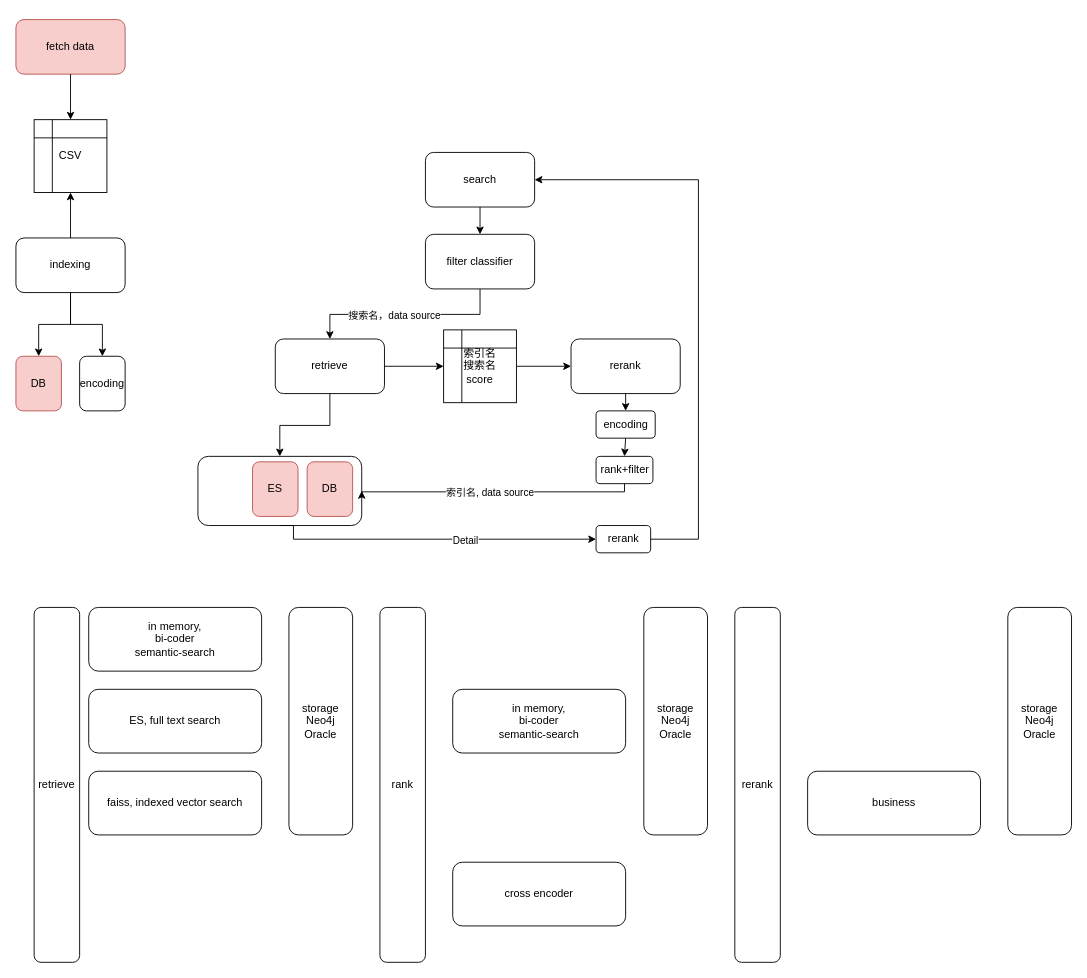
Before: page "Page-1" (1 of 5) of 对码架构.drawio in XiaoLiuAI/diagrams, a draw.io diagram. Source tidied: cells renumbered, new cells numbered last; positions are measured from the earlier drawing's top-left corner, leaving out a move shared by most shapes. Both pictures are drawn from the tidied source at 91%, with x=0, y=0 at pixel (15, 19).
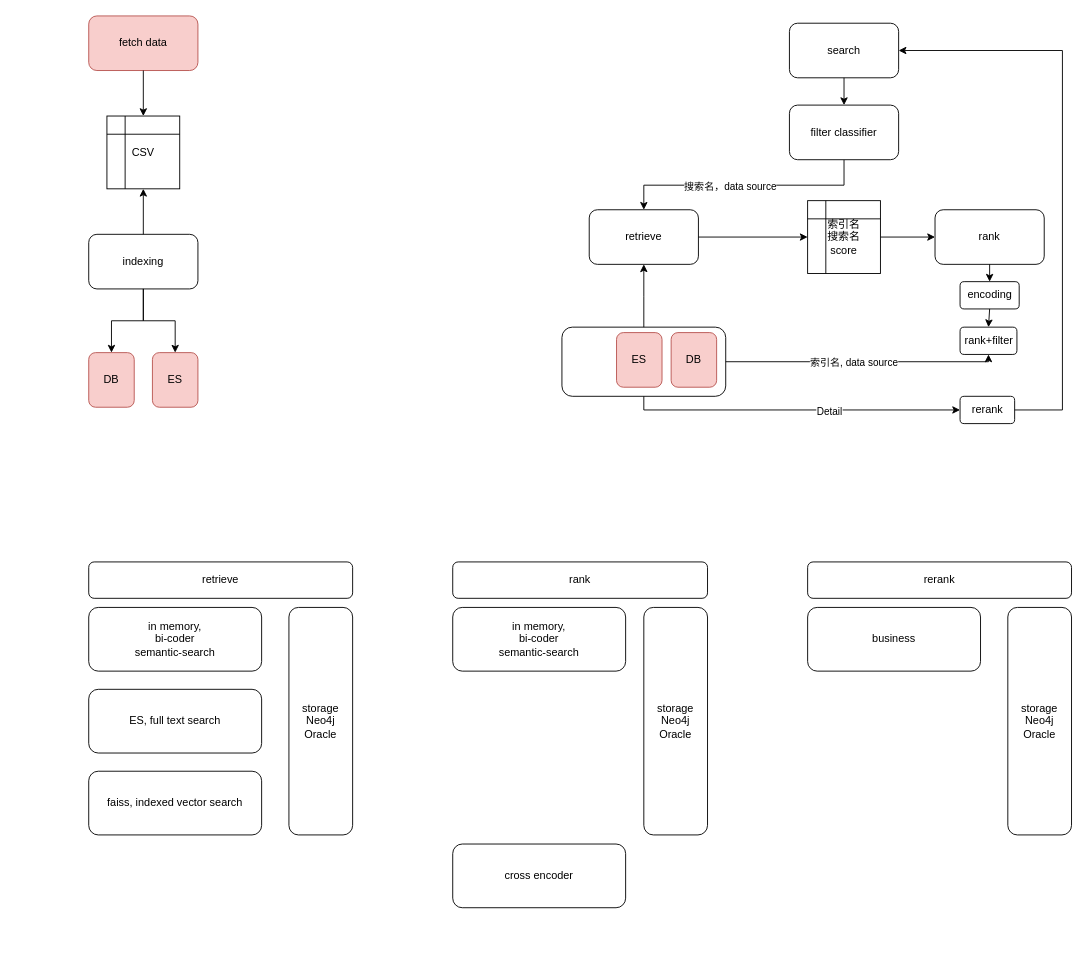
After the change.

What changed in the source:
```diff
@@
     <mxCell id="2" style="rounded=1;whiteSpace=wrap;html=1;" parent="1" vertex="1">
-      <mxGeometry x="200" y="480" width="180" height="76" as="geometry" />
+      <mxGeometry x="600" y="338" width="180" height="76" as="geometry" />
     </mxCell>
     <mxCell id="3" value="fetch data" style="rounded=1;whiteSpace=wrap;html=1;fillColor=#f8cecc;strokeColor=#b85450;" parent="1" vertex="1">
-      <mxGeometry width="120" height="60" as="geometry" />
+      <mxGeometry x="80" y="-4" width="120" height="60" as="geometry" />
     </mxCell>
@@
     <mxCell id="5" value="CSV" style="shape=internalStorage;whiteSpace=wrap;html=1;backgroundOutline=1;" parent="1" vertex="1">
-      <mxGeometry x="20" y="110" width="80" height="80" as="geometry" />
+      <mxGeometry x="100" y="106" width="80" height="80" as="geometry" />
     </mxCell>
     <mxCell id="6" value="indexing" style="rounded=1;whiteSpace=wrap;html=1;" parent="1" vertex="1">
-      <mxGeometry y="240" width="120" height="60" as="geometry" />
+      <mxGeometry x="80" y="236" width="120" height="60" as="geometry" />
     </mxCell>
@@
     <mxCell id="8" value="search" style="rounded=1;whiteSpace=wrap;html=1;" parent="1" vertex="1">
-      <mxGeometry x="450" y="146" width="120" height="60" as="geometry" />
+      <mxGeometry x="850" y="4" width="120" height="60" as="geometry" />
     </mxCell>
     <mxCell id="9" value="DB" style="rounded=1;whiteSpace=wrap;html=1;fillColor=#f8cecc;strokeColor=#b85450;" parent="1" vertex="1">
-      <mxGeometry y="370" width="50" height="60" as="geometry" />
+      <mxGeometry x="80" y="366" width="50" height="60" as="geometry" />
     </mxCell>
-    <mxCell id="10" value="encoding" style="rounded=1;whiteSpace=wrap;html=1;" parent="1" vertex="1">
-      <mxGeometry x="70" y="370" width="50" height="60" as="geometry" />
+    <mxCell id="10" value="ES" style="rounded=1;whiteSpace=wrap;html=1;fillColor=#f8cecc;strokeColor=#b85450;" parent="1" vertex="1">
+      <mxGeometry x="150" y="366" width="50" height="60" as="geometry" />
     </mxCell>
@@
     <mxCell id="13" value="DB" style="rounded=1;whiteSpace=wrap;html=1;fillColor=#f8cecc;strokeColor=#b85450;" parent="1" vertex="1">
-      <mxGeometry x="320" y="486" width="50" height="60" as="geometry" />
+      <mxGeometry x="720" y="344" width="50" height="60" as="geometry" />
     </mxCell>
     <mxCell id="14" value="encoding" style="rounded=1;whiteSpace=wrap;html=1;" parent="1" vertex="1">
-      <mxGeometry x="637.5" y="430" width="65" height="30" as="geometry" />
+      <mxGeometry x="1037.5" y="288" width="65" height="30" as="geometry" />
     </mxCell>
-    <mxCell id="15" style="edgeStyle=elbowEdgeStyle;elbow=vertical;endArrow=classic;html=1;rounded=0;exitX=0.5;exitY=1;exitDx=0;exitDy=0;entryX=0.5;entryY=0;entryDx=0;entryDy=0;" parent="1" edge="1" source="16" target="2">
+    <mxCell id="15" style="edgeStyle=elbowEdgeStyle;elbow=vertical;endArrow=none;html=1;rounded=0;exitX=0.5;exitY=1;exitDx=0;exitDy=0;entryX=0.5;entryY=0;entryDx=0;entryDy=0;endFill=0;startArrow=classic;startFill=1;" parent="1" edge="1" source="16" target="2">
       <mxGeometry relative="1" as="geometry" />
     </mxCell>
     <mxCell id="16" value="retrieve" style="rounded=1;whiteSpace=wrap;html=1;" parent="1" vertex="1">
-      <mxGeometry x="285" y="351" width="120" height="60" as="geometry" />
+      <mxGeometry x="630" y="209" width="120" height="60" as="geometry" />
     </mxCell>
-    <mxCell id="17" value="rerank" style="rounded=1;whiteSpace=wrap;html=1;" parent="1" vertex="1">
-      <mxGeometry x="610" y="351" width="120" height="60" as="geometry" />
+    <mxCell id="17" value="rank" style="rounded=1;whiteSpace=wrap;html=1;" parent="1" vertex="1">
+      <mxGeometry x="1010" y="209" width="120" height="60" as="geometry" />
     </mxCell>
@@
     <mxCell id="21" value="索引名&lt;br&gt;搜索名&lt;br&gt;score" style="shape=internalStorage;whiteSpace=wrap;html=1;backgroundOutline=1;" parent="1" vertex="1">
-      <mxGeometry x="470" y="341" width="80" height="80" as="geometry" />
+      <mxGeometry x="870" y="199" width="80" height="80" as="geometry" />
     </mxCell>
@@
     <mxCell id="23" value="rank+filter" style="rounded=1;whiteSpace=wrap;html=1;" parent="1" vertex="1">
-      <mxGeometry x="637.5" y="480" width="62.5" height="30" as="geometry" />
+      <mxGeometry x="1037.5" y="338" width="62.5" height="30" as="geometry" />
     </mxCell>
@@
     <mxCell id="25" value="rerank" style="rounded=1;whiteSpace=wrap;html=1;" parent="1" vertex="1">
-      <mxGeometry x="637.5" y="556" width="60" height="30" as="geometry" />
+      <mxGeometry x="1037.5" y="414" width="60" height="30" as="geometry" />
     </mxCell>
-    <mxCell id="26" style="edgeStyle=elbowEdgeStyle;elbow=horizontal;endArrow=classic;html=1;rounded=0;exitX=0.5;exitY=1;exitDx=0;exitDy=0;entryX=0;entryY=0.5;entryDx=0;entryDy=0;" parent="1" edge="1" source="2" target="25">
+    <mxCell id="26" style="edgeStyle=elbowEdgeStyle;elbow=horizontal;endArrow=classic;html=1;rounded=0;exitX=0.5;exitY=1;exitDx=0;exitDy=0;entryX=0;entryY=0.5;entryDx=0;entryDy=0;" parent="1" edge="1" source="2">
       <mxGeometry relative="1" as="geometry">
+        <mxPoint x="1037.5" y="429" as="targetPoint" />
         <Array as="points">
-          <mxPoint x="305" y="571" />
-          <mxPoint x="345" y="561" />
+          <mxPoint x="690" y="436" />
+          <mxPoint x="745" y="419" />
         </Array>
       </mxGeometry>
     </mxCell>
@@
-    <mxCell id="28" style="edgeStyle=elbowEdgeStyle;elbow=vertical;endArrow=classic;html=1;rounded=0;exitX=0.5;exitY=1;exitDx=0;exitDy=0;entryX=1;entryY=0.5;entryDx=0;entryDy=0;" parent="1" edge="1" source="23" target="2">
+    <mxCell id="28" style="edgeStyle=elbowEdgeStyle;elbow=vertical;endArrow=none;html=1;rounded=0;exitX=0.5;exitY=1;exitDx=0;exitDy=0;entryX=1;entryY=0.5;entryDx=0;entryDy=0;startArrow=classic;startFill=1;endFill=0;" parent="1" edge="1" source="23" target="2">
       <mxGeometry relative="1" as="geometry">
         <Array as="points">
-          <mxPoint x="540" y="519" />
+          <mxPoint x="890" y="376" />
+          <mxPoint x="940" y="377" />
         </Array>
       </mxGeometry>
     </mxCell>
@@
-    <mxCell id="30" style="edgeStyle=elbowEdgeStyle;elbow=horizontal;endArrow=classic;html=1;rounded=0;exitX=1;exitY=0.5;exitDx=0;exitDy=0;entryX=1;entryY=0.5;entryDx=0;entryDy=0;" parent="1" edge="1" source="25" target="8">
+    <mxCell id="30" style="edgeStyle=elbowEdgeStyle;elbow=horizontal;endArrow=classic;html=1;rounded=0;exitX=1;exitY=0.5;exitDx=0;exitDy=0;entryX=1;entryY=0.5;entryDx=0;entryDy=0;" parent="1" edge="1" target="8">
       <mxGeometry relative="1" as="geometry">
+        <mxPoint x="1097.5" y="429" as="sourcePoint" />
         <Array as="points">
-          <mxPoint x="750" y="406" />
+          <mxPoint x="1150" y="264" />
         </Array>
       </mxGeometry>
     </mxCell>
@@
     <mxCell id="32" value="filter classifier" style="rounded=1;whiteSpace=wrap;html=1;" parent="1" vertex="1">
-      <mxGeometry x="450" y="236" width="120" height="60" as="geometry" />
+      <mxGeometry x="850" y="94" width="120" height="60" as="geometry" />
     </mxCell>
@@
     <mxCell id="34" value="ES" style="rounded=1;whiteSpace=wrap;html=1;fillColor=#f8cecc;strokeColor=#b85450;" parent="1" vertex="1">
-      <mxGeometry x="260" y="486" width="50" height="60" as="geometry" />
+      <mxGeometry x="660" y="344" width="50" height="60" as="geometry" />
     </mxCell>
     <mxCell id="35" value="retrieve" style="rounded=1;whiteSpace=wrap;html=1;" parent="1" vertex="1">
-      <mxGeometry x="20" y="646" width="50" height="390" as="geometry" />
+      <mxGeometry x="80" y="596" width="290" height="40" as="geometry" />
     </mxCell>
     <mxCell id="36" value="rank" style="rounded=1;whiteSpace=wrap;html=1;" parent="1" vertex="1">
-      <mxGeometry x="400" y="646" width="50" height="390" as="geometry" />
+      <mxGeometry x="480" y="596" width="280" height="40" as="geometry" />
     </mxCell>
     <mxCell id="37" value="rerank" style="rounded=1;whiteSpace=wrap;html=1;" parent="1" vertex="1">
-      <mxGeometry x="790" y="646" width="50" height="390" as="geometry" />
+      <mxGeometry x="870" y="596" width="290" height="40" as="geometry" />
     </mxCell>
@@
     <mxCell id="41" value="in memory,&lt;br&gt;bi-coder&lt;br&gt;semantic-search" style="rounded=1;whiteSpace=wrap;html=1;" parent="1" vertex="1">
-      <mxGeometry x="480" y="736" width="190" height="70" as="geometry" />
+      <mxGeometry x="480" y="646" width="190" height="70" as="geometry" />
     </mxCell>
     <mxCell id="42" value="cross encoder" style="rounded=1;whiteSpace=wrap;html=1;" parent="1" vertex="1">
-      <mxGeometry x="480" y="926" width="190" height="70" as="geometry" />
+      <mxGeometry x="480" y="906" width="190" height="70" as="geometry" />
     </mxCell>
     <mxCell id="43" value="business" style="rounded=1;whiteSpace=wrap;html=1;" parent="1" vertex="1">
-      <mxGeometry x="870" y="826" width="190" height="70" as="geometry" />
+      <mxGeometry x="870" y="646" width="190" height="70" as="geometry" />
     </mxCell>
```
